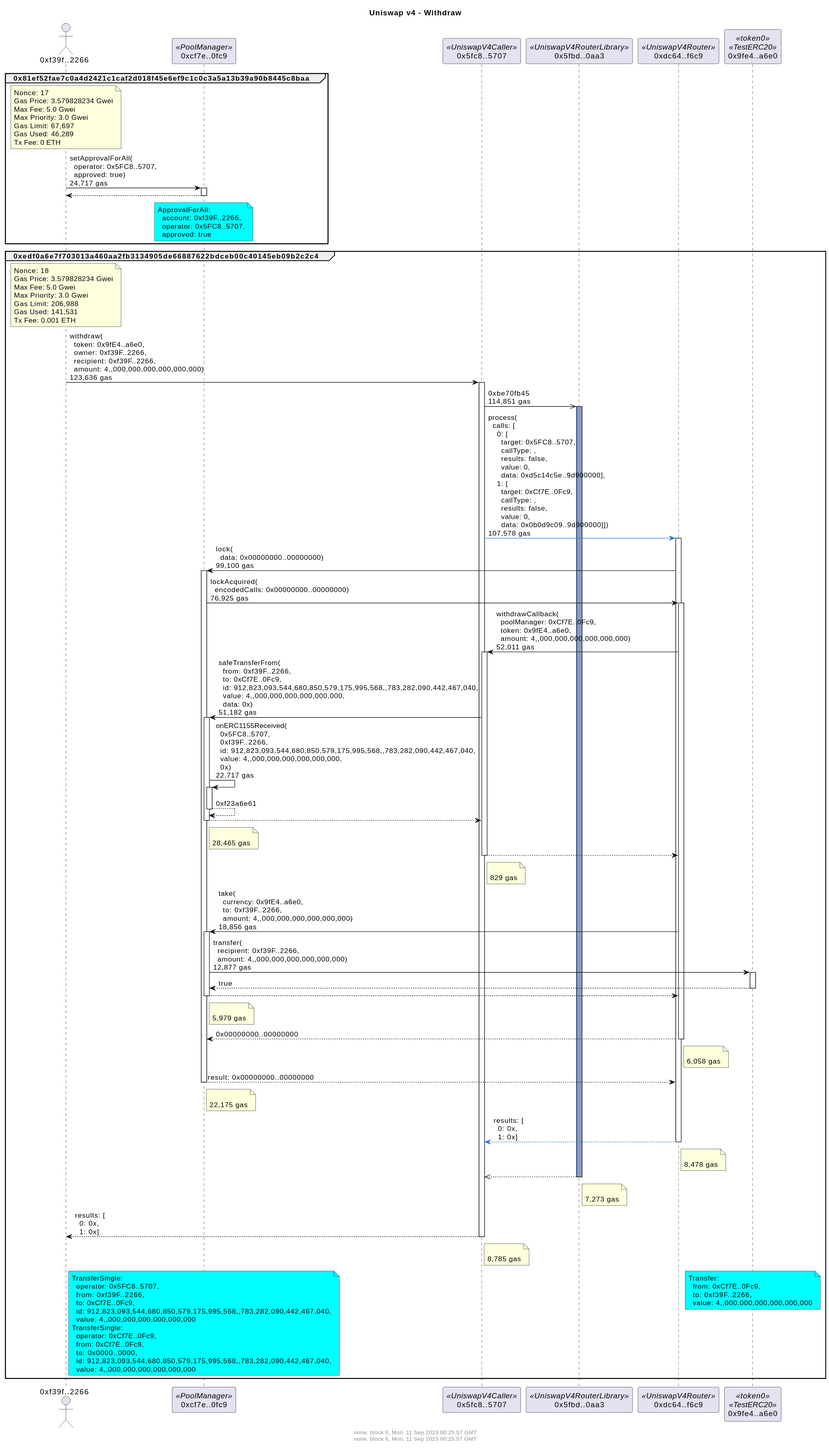
naddison36/uniswap-v4-hooks keeps this PlantUML diagram as docs/withdrawDetailed.svg. Above is the earlier version.
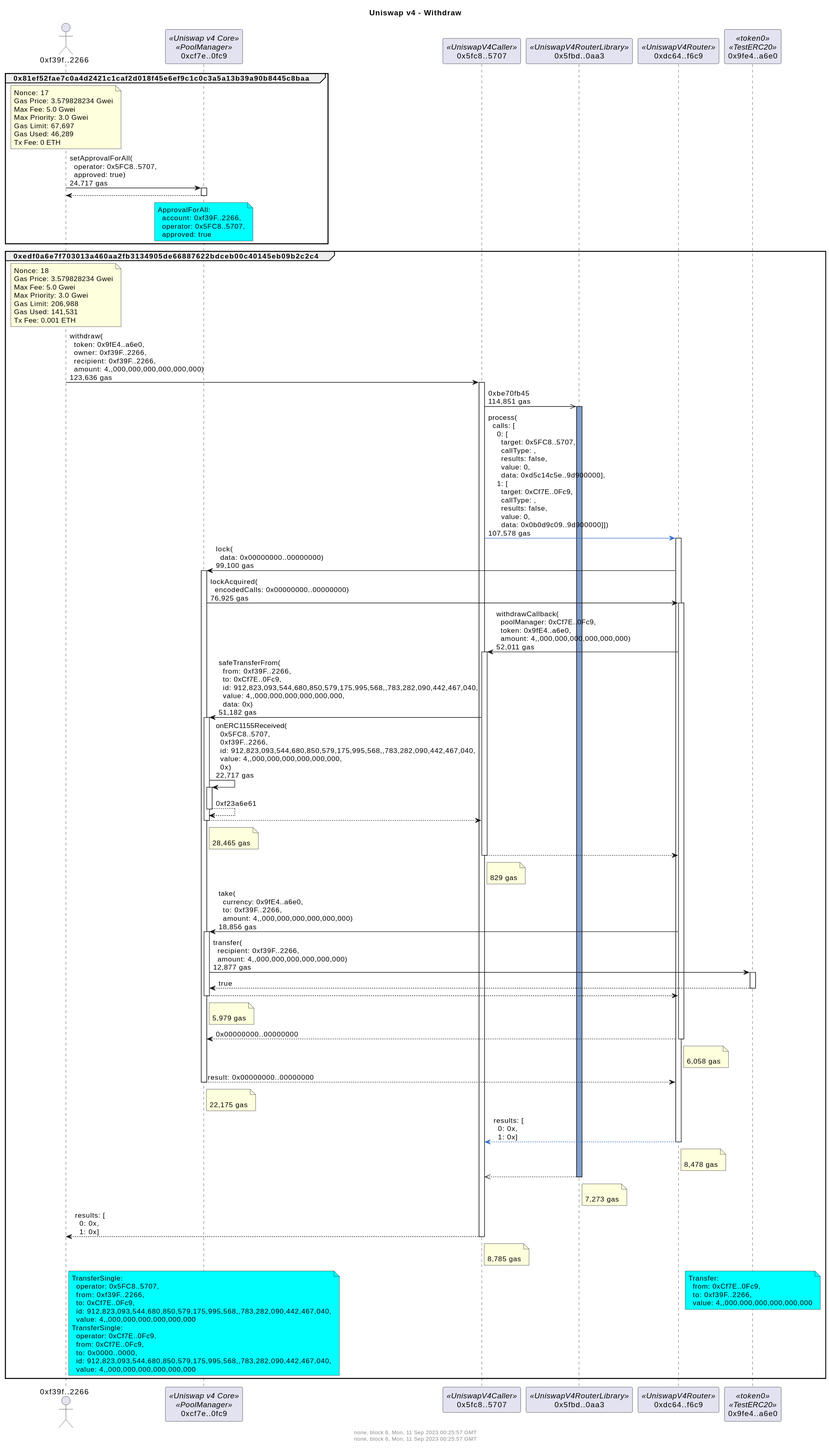
Later version of the same file.

Change to the diagram source:
```diff
@@ -6,7 +6,7 @@
 
 endfooter
 actor "0xf39f..2266" as f39f2266
-participant "0xcf7e..0fc9" as cf7e0fc9 <<PoolManager>>
+participant "0xcf7e..0fc9" as cf7e0fc9 <<Uniswap v4 Core>><<PoolManager>>
 participant "0x5fc8..5707" as 5fc85707 <<UniswapV4Caller>>
 participant "0x5fbd..0aa3" as 5fbd0aa3 <<UniswapV4RouterLibrary>>
 participant "0xdc64..f6c9" as dc64f6c9 <<UniswapV4Router>>
```
